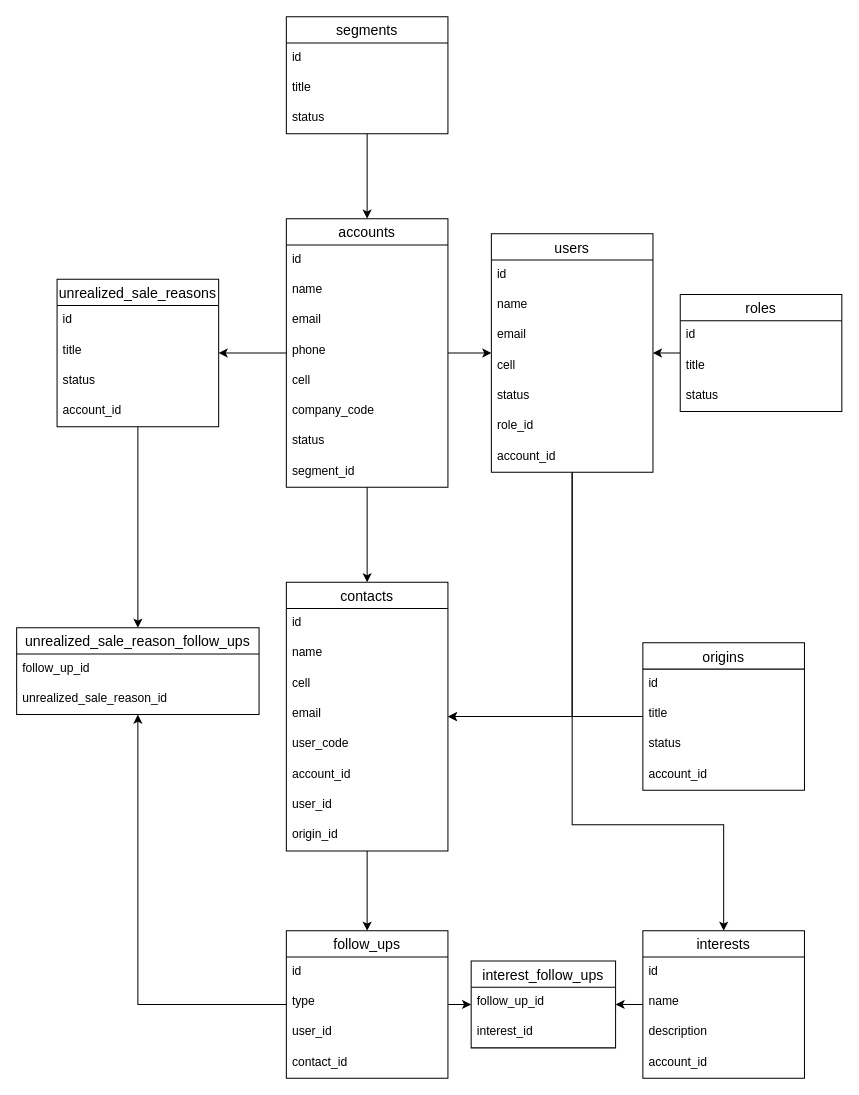
The draw.io diagram struct-db.drawio in thiago662/crm-core, before the edit. Source tidied: cells renumbered, new cells numbered last; positions are measured from the earlier drawing's top-left corner, leaving out a move shared by most shapes. Both pictures are drawn from the tidied source at 101%, with x=0, y=0 at pixel (16, 16).
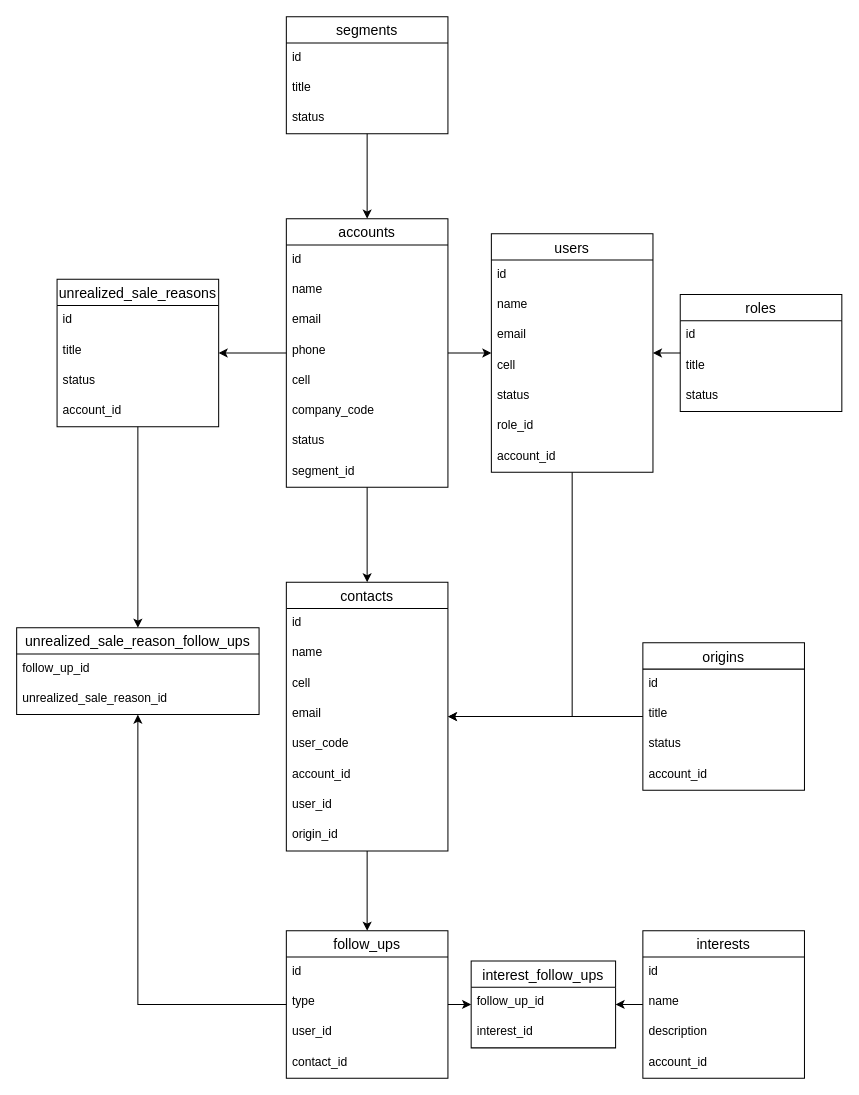
Above is the later version.

Unchanged cells that the change refers to:
```xml
<mxCell id="21" value="users" style="swimlane;fontStyle=0;horizontal=1;startSize=26;align=center;fontSize=14;" parent="1" vertex="1">
  <mxGeometry x="470" y="215" width="160" height="236" as="geometry" />
</mxCell>
<mxCell id="30" value="interests" style="swimlane;fontStyle=0;horizontal=1;startSize=26;align=center;fontSize=14;" parent="1" vertex="1">
  <mxGeometry x="620" y="905" width="160" height="146" as="geometry" />
</mxCell>
```

What changed in the source:
```diff
@@
-    <mxCell id="19" style="edgeStyle=orthogonalEdgeStyle;rounded=0;jettySize=auto;html=1;" parent="1" edge="1" source="21" target="30">
-      <mxGeometry relative="1" as="geometry">
-        <Array as="points">
-          <mxPoint x="550" y="800" />
-          <mxPoint x="700" y="800" />
-        </Array>
-      </mxGeometry>
-    </mxCell>
```
